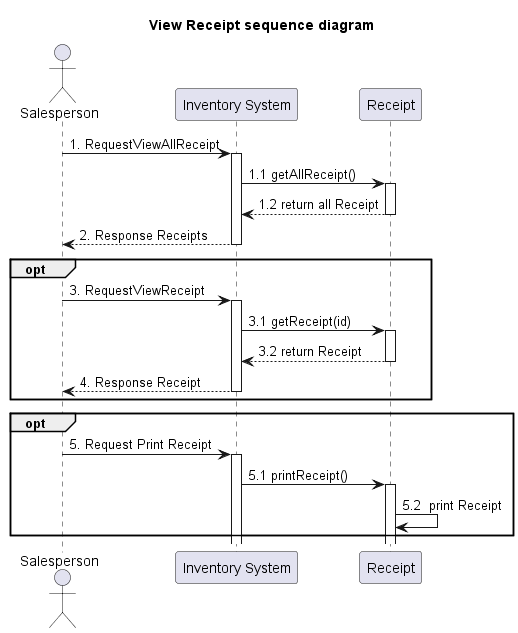
Before: out/system-analysis/sequence/_7_1_sequence-view-receipt/_7_1_sequence-view-receipt.png, a diagram exported from PlantUML (billowdev/inventory-system-plantuml-sequelize-seeder-example). Source of this version:
```plantuml
@startuml
title View Receipt sequence diagram

actor Salesperson as actorSalesperson
participant "Inventory System" as InventorySystem
participant "Receipt" as classReceipt

actorSalesperson -> InventorySystem: 1. RequestViewAllReceipt
activate InventorySystem

InventorySystem -> classReceipt: 1.1 getAllReceipt()
activate classReceipt

classReceipt --> InventorySystem: 1.2 return all Receipt
deactivate classReceipt

InventorySystem --> actorSalesperson : 2. Response Receipts

deactivate InventorySystem


opt
actorSalesperson -> InventorySystem: 3. RequestViewReceipt
activate InventorySystem

InventorySystem -> classReceipt: 3.1 getReceipt(id)
activate classReceipt

classReceipt --> InventorySystem: 3.2 return Receipt
deactivate classReceipt



InventorySystem --> actorSalesperson : 4. Response Receipt

deactivate InventorySystem
end


opt
actorSalesperson -> InventorySystem : 5. Request Print Receipt

activate InventorySystem

InventorySystem -> classReceipt : 5.1 printReceipt()
activate classReceipt

classReceipt -> classReceipt : 5.2  print Receipt

end




@enduml
```
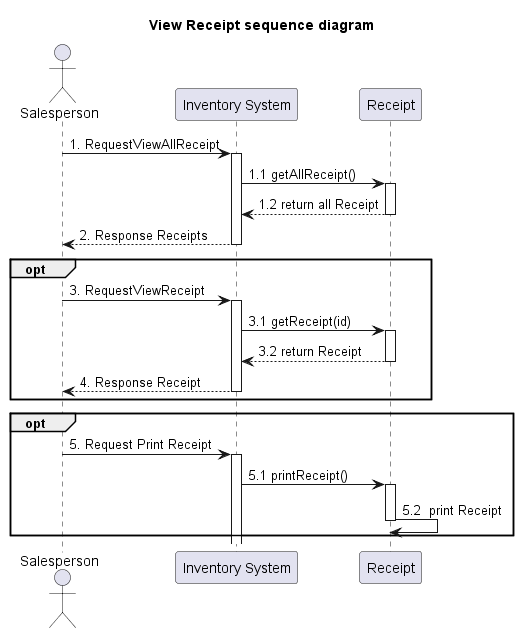
Later version of the same file.

Commit message:
update view invoice

Change to the diagram source:
```diff
@@ -47,6 +47,8 @@
 
 classReceipt -> classReceipt : 5.2  print Receipt
 
+deactivate classReceipt
+
 end
 
 
```
